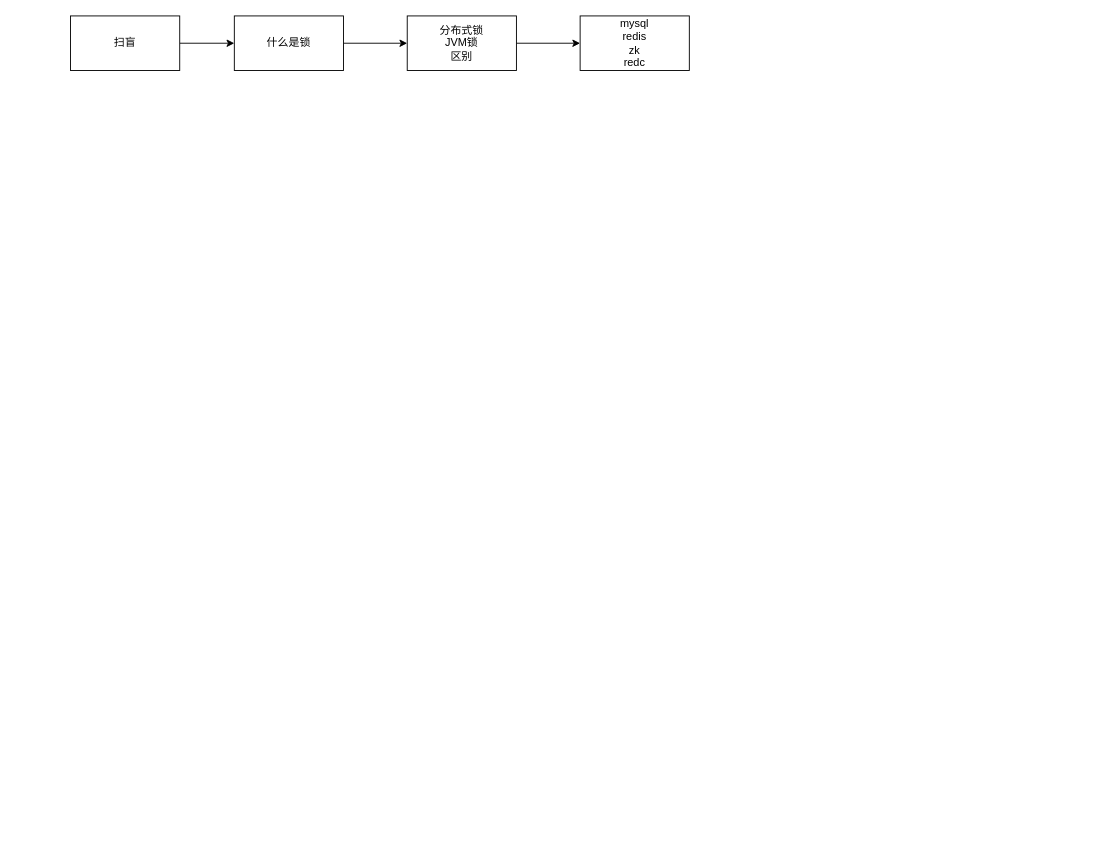
Above: 未命名绘图.drawio in XueBaoPeng/draw (draw.io), before the change. Source tidied: cells renumbered, new cells numbered last; positions are measured from the earlier drawing's top-left corner, leaving out a move shared by most shapes. Both pictures are drawn from the tidied source at 91%, with x=0, y=0 at pixel (70, 15).
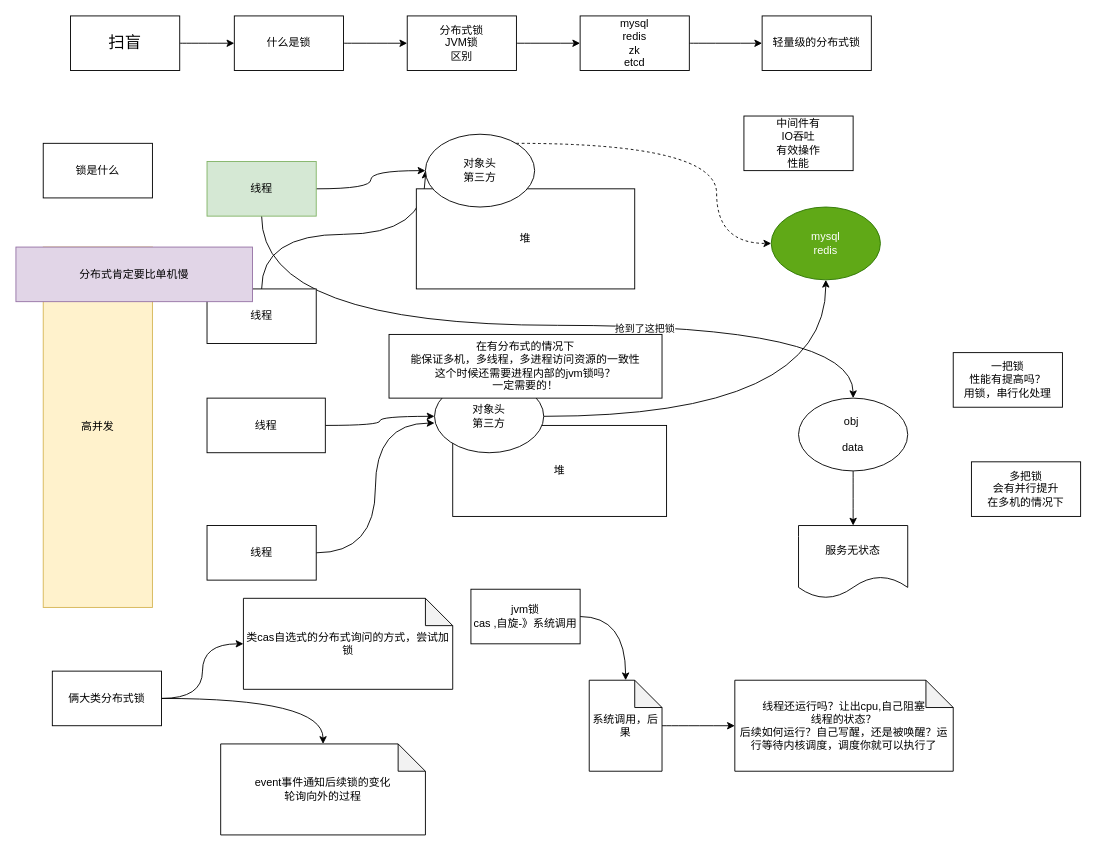
The same diagram, later.

Commit message:
更新未命名绘图.drawio

The change refers to these unchanged cells:
```xml
<mxCell id="5" value="什么是锁" style="rounded=0;whiteSpace=wrap;html=1;" parent="1" vertex="1">
  <mxGeometry x="180" width="120" height="60" as="geometry" />
</mxCell>
<mxCell id="7" value="分布式锁&lt;br&gt;JVM锁&lt;br&gt;区别" style="rounded=0;whiteSpace=wrap;html=1;" parent="1" vertex="1">
  <mxGeometry x="370" width="120" height="60" as="geometry" />
</mxCell>
```

Change to the diagram source:
```diff
@@
-    <mxCell id="2" style="edgeStyle=orthogonalEdgeStyle;rounded=0;jettySize=auto;html=1;" parent="1" edge="1" source="3" target="5">
+    <mxCell id="2" style="edgeStyle=orthogonalEdgeStyle;rounded=0;jettySize=auto;html=1;curved=1;" parent="1" edge="1" source="3" target="5">
       <mxGeometry relative="1" as="geometry" />
     </mxCell>
-    <mxCell id="3" value="扫盲" style="rounded=0;whiteSpace=wrap;html=1;" parent="1" vertex="1">
+    <mxCell id="3" value="&lt;font style=&quot;font-size: 18px&quot;&gt;扫盲&lt;/font&gt;" style="rounded=0;whiteSpace=wrap;html=1;" parent="1" vertex="1">
       <mxGeometry width="120" height="60" as="geometry" />
     </mxCell>
-    <mxCell id="4" style="edgeStyle=orthogonalEdgeStyle;rounded=0;jettySize=auto;html=1;" parent="1" edge="1" source="5" target="7">
+    <mxCell id="4" style="edgeStyle=orthogonalEdgeStyle;rounded=0;jettySize=auto;html=1;curved=1;" parent="1" edge="1" source="5" target="7">
       <mxGeometry relative="1" as="geometry" />
     </mxCell>
@@
-    <mxCell id="6" style="edgeStyle=orthogonalEdgeStyle;rounded=0;jettySize=auto;html=1;" parent="1" edge="1" source="7" target="8">
+    <mxCell id="6" style="edgeStyle=orthogonalEdgeStyle;rounded=0;jettySize=auto;html=1;curved=1;" parent="1" edge="1" source="7" target="8">
       <mxGeometry relative="1" as="geometry" />
     </mxCell>
@@
+    <mxCell id="9" style="edgeStyle=orthogonalEdgeStyle;rounded=0;jettySize=auto;html=1;curved=1;" parent="1" edge="1" source="8" target="10">
+      <mxGeometry relative="1" as="geometry" />
+    </mxCell>
-    <mxCell id="8" value="mysql&lt;br&gt;redis&lt;br&gt;zk&lt;br&gt;redc" style="rounded=0;whiteSpace=wrap;html=1;" parent="1" vertex="1">
+    <mxCell id="8" value="mysql&lt;br&gt;redis&lt;br&gt;zk&lt;br&gt;etcd" style="rounded=0;whiteSpace=wrap;html=1;" parent="1" vertex="1">
       <mxGeometry x="560" width="120" height="60" as="geometry" />
     </mxCell>
+    <mxCell id="10" value="轻量级的分布式锁" style="whiteSpace=wrap;html=1;rounded=0;" parent="1" vertex="1">
+      <mxGeometry x="760" width="120" height="60" as="geometry" />
+    </mxCell>
+    <mxCell id="11" value="锁是什么" style="rounded=0;whiteSpace=wrap;html=1;" parent="1" vertex="1">
+      <mxGeometry x="-30" y="140" width="120" height="60" as="geometry" />
+    </mxCell>
+    <mxCell id="12" style="edgeStyle=orthogonalEdgeStyle;rounded=0;jettySize=auto;html=1;curved=1;" parent="1" edge="1" source="15" target="26">
+      <mxGeometry relative="1" as="geometry" />
+    </mxCell>
+    <mxCell id="13" style="edgeStyle=orthogonalEdgeStyle;curved=1;rounded=0;jettySize=auto;html=1;" parent="1" edge="1" source="15" target="32">
+      <mxGeometry relative="1" as="geometry">
+        <Array as="points">
+          <mxPoint x="210" y="340" />
+          <mxPoint x="860" y="340" />
+        </Array>
+      </mxGeometry>
+    </mxCell>
+    <mxCell id="14" value="抢到了这把锁" style="edgeLabel;html=1;align=center;verticalAlign=middle;" parent="13" vertex="1">
+      <mxGeometry x="0.27" y="-3" relative="1" as="geometry" />
+    </mxCell>
+    <mxCell id="15" value="线程" style="rounded=0;whiteSpace=wrap;html=1;fillColor=#d5e8d4;strokeColor=#82b366;" parent="1" vertex="1">
+      <mxGeometry x="150" y="160" width="120" height="60" as="geometry" />
+    </mxCell>
+    <mxCell id="16" style="edgeStyle=orthogonalEdgeStyle;curved=1;rounded=0;jettySize=auto;html=1;" parent="1" edge="1" source="17" target="26">
+      <mxGeometry relative="1" as="geometry">
+        <Array as="points">
+          <mxPoint x="210" y="240" />
+          <mxPoint x="390" y="240" />
+        </Array>
+      </mxGeometry>
+    </mxCell>
+    <mxCell id="17" value="线程" style="rounded=0;whiteSpace=wrap;html=1;" parent="1" vertex="1">
+      <mxGeometry x="150" y="300" width="120" height="60" as="geometry" />
+    </mxCell>
+    <mxCell id="18" value="堆" style="whiteSpace=wrap;html=1;" parent="1" vertex="1">
+      <mxGeometry x="380" y="190" width="240" height="110" as="geometry" />
+    </mxCell>
+    <mxCell id="19" style="edgeStyle=orthogonalEdgeStyle;curved=1;rounded=0;jettySize=auto;html=1;" parent="1" edge="1" source="20" target="30">
+      <mxGeometry relative="1" as="geometry" />
+    </mxCell>
+    <mxCell id="20" value="线程" style="rounded=0;whiteSpace=wrap;html=1;" parent="1" vertex="1">
+      <mxGeometry x="150" y="420" width="130" height="60" as="geometry" />
+    </mxCell>
+    <mxCell id="21" style="edgeStyle=orthogonalEdgeStyle;curved=1;rounded=0;jettySize=auto;html=1;entryX=0;entryY=0.593;entryDx=0;entryDy=0;entryPerimeter=0;" parent="1" edge="1" source="22" target="30">
+      <mxGeometry relative="1" as="geometry" />
+    </mxCell>
+    <mxCell id="22" value="线程" style="rounded=0;whiteSpace=wrap;html=1;" parent="1" vertex="1">
+      <mxGeometry x="150" y="560" width="120" height="60" as="geometry" />
+    </mxCell>
+    <mxCell id="23" value="堆" style="whiteSpace=wrap;html=1;" parent="1" vertex="1">
+      <mxGeometry x="420" y="450" width="235" height="100" as="geometry" />
+    </mxCell>
+    <mxCell id="24" style="edgeStyle=orthogonalEdgeStyle;curved=1;rounded=0;jettySize=auto;html=1;strokeColor=none;" parent="1" edge="1" source="26" target="27">
+      <mxGeometry relative="1" as="geometry" />
+    </mxCell>
+    <mxCell id="25" style="edgeStyle=orthogonalEdgeStyle;curved=1;rounded=0;jettySize=auto;html=1;dashed=1;" parent="1" edge="1" source="26" target="27">
+      <mxGeometry relative="1" as="geometry">
+        <Array as="points">
+          <mxPoint x="710" y="140" />
+          <mxPoint x="710" y="250" />
+        </Array>
+      </mxGeometry>
+    </mxCell>
+    <mxCell id="26" value="对象头&lt;br&gt;第三方" style="ellipse;whiteSpace=wrap;html=1;" parent="1" vertex="1">
+      <mxGeometry x="390" y="130" width="120" height="80" as="geometry" />
+    </mxCell>
+    <mxCell id="27" value="mysql&lt;br&gt;redis" style="ellipse;whiteSpace=wrap;html=1;fillColor=#60a917;strokeColor=#2D7600;fontColor=#ffffff;" parent="1" vertex="1">
+      <mxGeometry x="770" y="210" width="120" height="80" as="geometry" />
+    </mxCell>
+    <mxCell id="28" value="高并发" style="rounded=0;whiteSpace=wrap;html=1;fillColor=#fff2cc;strokeColor=#d6b656;" parent="1" vertex="1">
+      <mxGeometry x="-30" y="254" width="120" height="396" as="geometry" />
+    </mxCell>
+    <mxCell id="29" style="edgeStyle=orthogonalEdgeStyle;curved=1;rounded=0;jettySize=auto;html=1;" parent="1" edge="1" source="30" target="27">
+      <mxGeometry relative="1" as="geometry" />
+    </mxCell>
+    <mxCell id="30" value="对象头&lt;br&gt;第三方" style="ellipse;whiteSpace=wrap;html=1;" parent="1" vertex="1">
+      <mxGeometry x="400" y="400" width="120" height="80" as="geometry" />
+    </mxCell>
+    <mxCell id="31" style="edgeStyle=orthogonalEdgeStyle;curved=1;rounded=0;jettySize=auto;html=1;" parent="1" edge="1" source="32" target="37">
+      <mxGeometry relative="1" as="geometry" />
+    </mxCell>
+    <mxCell id="32" value="obj&amp;nbsp;&lt;br&gt;&lt;br&gt;data" style="ellipse;whiteSpace=wrap;html=1;" parent="1" vertex="1">
+      <mxGeometry x="800" y="420" width="120" height="80" as="geometry" />
+    </mxCell>
+    <mxCell id="33" value="分布式肯定要比单机慢" style="rounded=0;whiteSpace=wrap;html=1;fillColor=#e1d5e7;strokeColor=#9673a6;" parent="1" vertex="1">
+      <mxGeometry x="-60" y="254" width="260" height="60" as="geometry" />
+    </mxCell>
+    <mxCell id="34" value="在有分布式的情况下&lt;br&gt;能保证多机，多线程，多进程访问资源的一致性&lt;br&gt;这个时候还需要进程内部的jvm锁吗？&lt;br&gt;一定需要的！" style="rounded=0;whiteSpace=wrap;html=1;" parent="1" vertex="1">
+      <mxGeometry x="350" y="350" width="300" height="70" as="geometry" />
+    </mxCell>
+    <mxCell id="35" value="一把锁&lt;br&gt;性能有提高吗？&lt;br&gt;用锁，串行化处理" style="rounded=0;whiteSpace=wrap;html=1;" parent="1" vertex="1">
+      <mxGeometry x="970" y="370" width="120" height="60" as="geometry" />
+    </mxCell>
+    <mxCell id="36" value="多把锁&lt;br&gt;会有并行提升&lt;br&gt;在多机的情况下" style="rounded=0;whiteSpace=wrap;html=1;" parent="1" vertex="1">
+      <mxGeometry x="990" y="490" width="120" height="60" as="geometry" />
+    </mxCell>
+    <mxCell id="37" value="服务无状态" style="shape=document;whiteSpace=wrap;html=1;boundedLbl=1;" parent="1" vertex="1">
+      <mxGeometry x="800" y="560" width="120" height="80" as="geometry" />
+    </mxCell>
+    <mxCell id="38" value="中间件有&lt;br&gt;IO吞吐&lt;br&gt;有效操作&lt;br&gt;性能" style="rounded=0;whiteSpace=wrap;html=1;" parent="1" vertex="1">
+      <mxGeometry x="740" y="110" width="120" height="60" as="geometry" />
+    </mxCell>
+    <mxCell id="39" style="edgeStyle=orthogonalEdgeStyle;curved=1;rounded=0;jettySize=auto;html=1;" parent="1" edge="1" source="41" target="47">
+      <mxGeometry relative="1" as="geometry" />
+    </mxCell>
+    <mxCell id="40" style="edgeStyle=orthogonalEdgeStyle;curved=1;rounded=0;jettySize=auto;html=1;" parent="1" edge="1" source="41" target="48">
+      <mxGeometry relative="1" as="geometry" />
+    </mxCell>
+    <mxCell id="41" value="俩大类分布式锁" style="rounded=0;whiteSpace=wrap;html=1;" parent="1" vertex="1">
+      <mxGeometry x="-20" y="720" width="120" height="60" as="geometry" />
+    </mxCell>
+    <mxCell id="42" style="edgeStyle=orthogonalEdgeStyle;curved=1;rounded=0;jettySize=auto;html=1;" parent="1" edge="1" source="43" target="45">
+      <mxGeometry relative="1" as="geometry" />
+    </mxCell>
+    <mxCell id="43" value="jvm锁&lt;br&gt;cas ,自旋-》系统调用" style="whiteSpace=wrap;html=1;" parent="1" vertex="1">
+      <mxGeometry x="440" y="630" width="120" height="60" as="geometry" />
+    </mxCell>
+    <mxCell id="44" style="edgeStyle=orthogonalEdgeStyle;curved=1;rounded=0;jettySize=auto;html=1;" parent="1" edge="1" source="45" target="46">
+      <mxGeometry relative="1" as="geometry" />
+    </mxCell>
+    <mxCell id="45" value="系统调用，后果" style="shape=note;whiteSpace=wrap;html=1;backgroundOutline=1;darkOpacity=0.05;" parent="1" vertex="1">
+      <mxGeometry x="570" y="730" width="80" height="100" as="geometry" />
+    </mxCell>
+    <mxCell id="46" value="线程还运行吗？让出cpu,自己阻塞&lt;br&gt;线程的状态？&lt;br&gt;后续如何运行？自己写醒，还是被唤醒？运行等待内核调度，调度你就可以执行了" style="shape=note;whiteSpace=wrap;html=1;backgroundOutline=1;darkOpacity=0.05;" parent="1" vertex="1">
+      <mxGeometry x="730" y="730" width="240" height="100" as="geometry" />
+    </mxCell>
+    <mxCell id="47" value="&lt;span&gt;类cas自选式的分布式询问的方式，尝试加锁&lt;/span&gt;" style="shape=note;whiteSpace=wrap;html=1;backgroundOutline=1;darkOpacity=0.05;" parent="1" vertex="1">
+      <mxGeometry x="190" y="640" width="230" height="100" as="geometry" />
+    </mxCell>
+    <mxCell id="48" value="event事件通知后续锁的变化&lt;br&gt;轮询向外的过程" style="shape=note;whiteSpace=wrap;html=1;backgroundOutline=1;darkOpacity=0.05;" parent="1" vertex="1">
+      <mxGeometry x="165" y="800" width="225" height="100" as="geometry" />
+    </mxCell>
```
